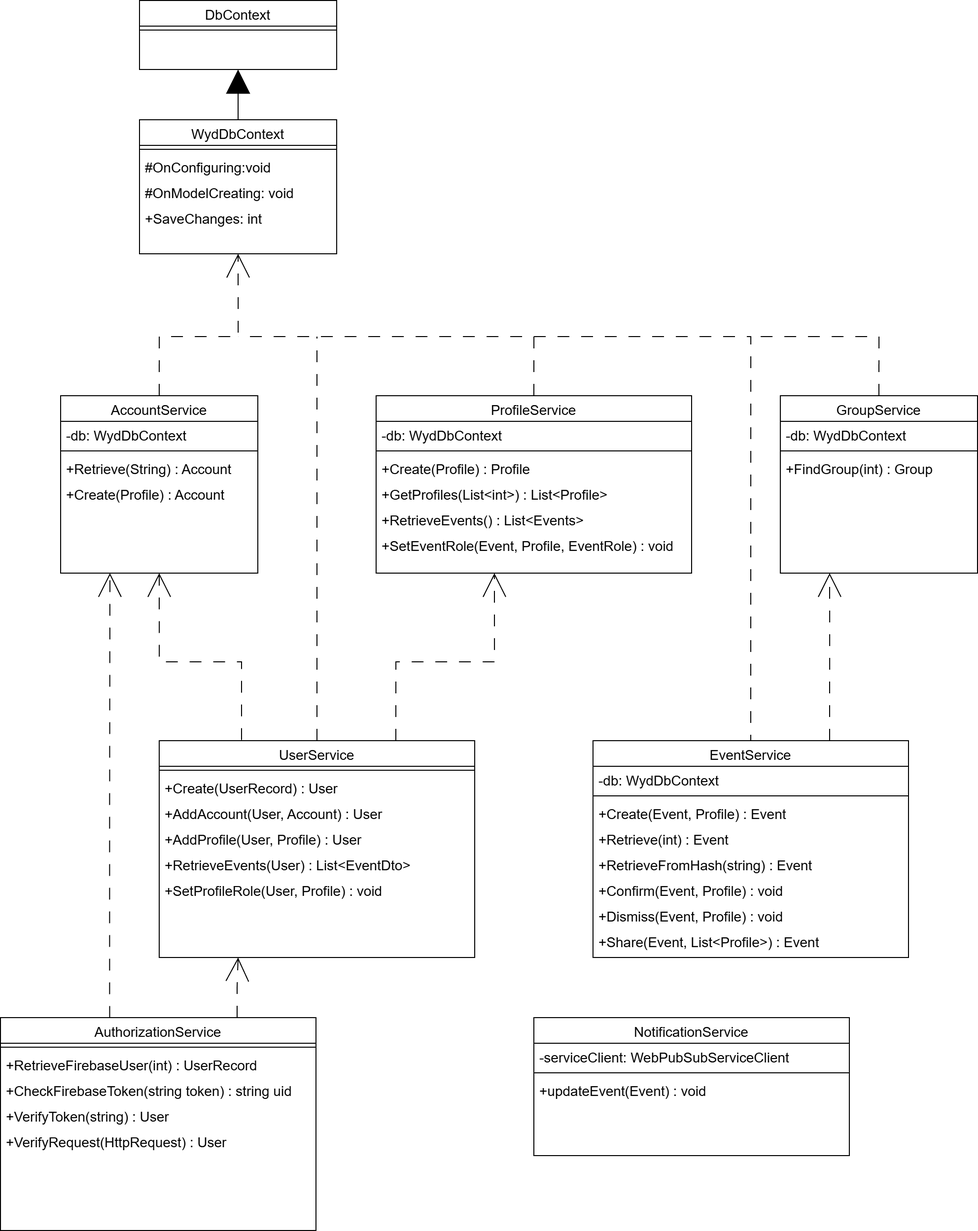
The draw.io diagram latex/immagini/ServiceClassDiagram.png in RedDuality/Tesi, before a commit. Source tidied: cells renumbered, new cells last; positions are measured from the earlier drawing's top-left corner, leaving out a move shared by most shapes.
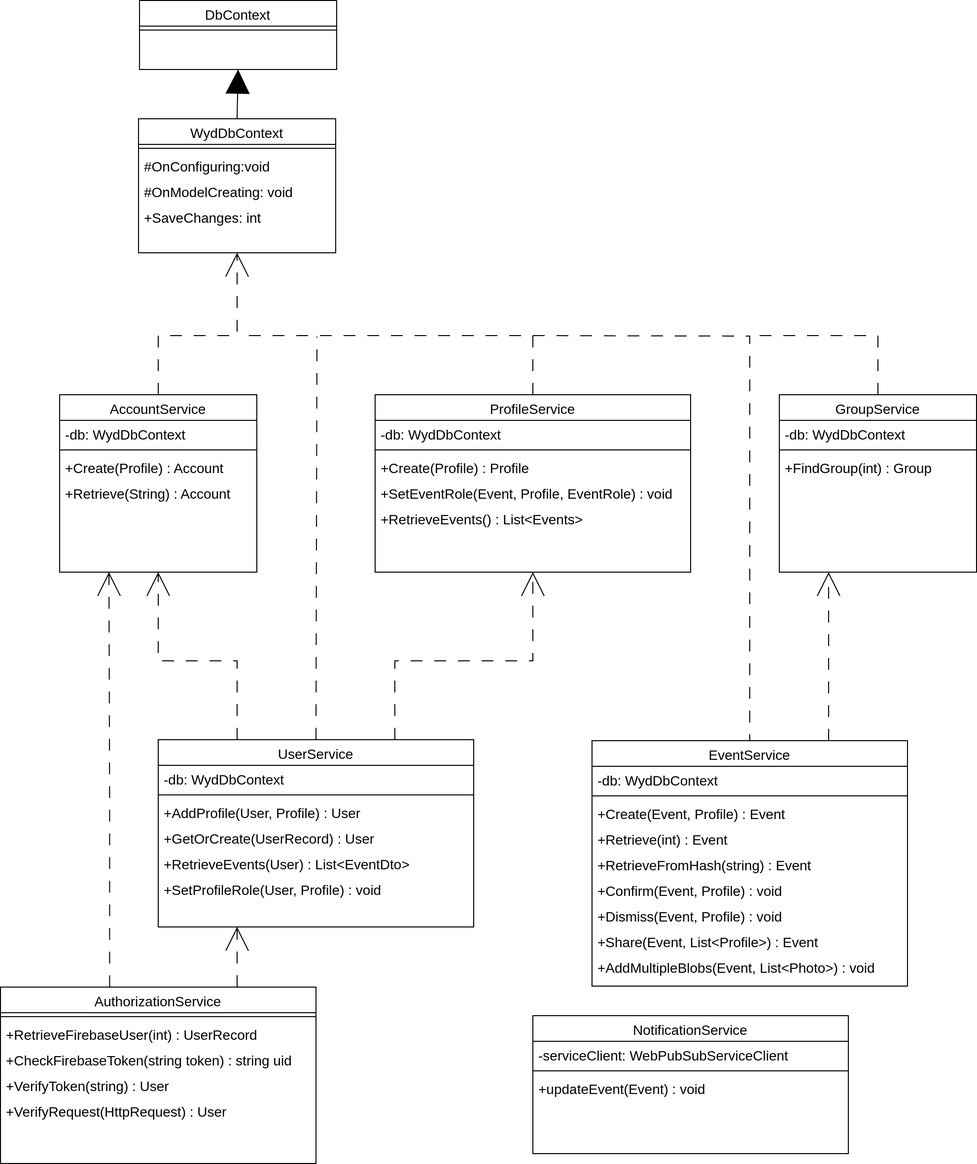
The same diagram one commit later.

What changed in the source:
```diff
@@ -3,20 +3,20 @@
     <mxCell id="0" />
     <mxCell id="1" parent="0" />
     <mxCell id="2" value="UserService" style="swimlane;fontStyle=0;align=center;verticalAlign=top;horizontal=1;startSize=26;rounded=0;shadow=0;strokeWidth=1;fontSize=14;" parent="1" vertex="1">
-      <mxGeometry x="161" y="751" width="320" height="220" as="geometry" />
+      <mxGeometry x="161" y="751" width="320" height="190" as="geometry" />
     </mxCell>
+    <mxCell id="62" value="-db: WydDbContext" style="text;align=left;verticalAlign=top;spacingLeft=4;spacingRight=4;overflow=hidden;rounded=0;shadow=0;html=0;fontSize=14;" parent="2" vertex="1">
+      <mxGeometry y="26" width="320" height="26" as="geometry" />
+    </mxCell>
     <mxCell id="3" style="line;html=1;strokeWidth=1;align=left;verticalAlign=middle;spacingTop=-1;spacingLeft=3;spacingRight=3;labelPosition=right;fontSize=14;" parent="2" vertex="1">
-      <mxGeometry y="26" width="320" height="8" as="geometry" />
+      <mxGeometry y="52" width="320" height="8" as="geometry" />
     </mxCell>
+    <mxCell id="6" value="+AddProfile(User, Profile) : User" style="text;align=left;verticalAlign=top;spacingLeft=4;spacingRight=4;overflow=hidden;rounded=0;shadow=0;html=0;fontSize=14;" parent="2" vertex="1">
+      <mxGeometry y="60" width="320" height="26" as="geometry" />
+    </mxCell>
-    <mxCell id="4" value="+Create(UserRecord) : User" style="text;align=left;verticalAlign=top;spacingLeft=4;spacingRight=4;overflow=hidden;rounded=0;shadow=0;html=0;fontSize=14;" parent="2" vertex="1">
-      <mxGeometry y="34" width="320" height="26" as="geometry" />
+    <mxCell id="4" value="+GetOrCreate(UserRecord) : User" style="text;align=left;verticalAlign=top;spacingLeft=4;spacingRight=4;overflow=hidden;rounded=0;shadow=0;html=0;fontSize=14;" parent="2" vertex="1">
+      <mxGeometry y="86" width="320" height="26" as="geometry" />
     </mxCell>
-    <mxCell id="5" value="+AddAccount(User, Account) : User" style="text;align=left;verticalAlign=top;spacingLeft=4;spacingRight=4;overflow=hidden;rounded=0;shadow=0;html=0;fontSize=14;" parent="2" vertex="1">
-      <mxGeometry y="60" width="320" height="26" as="geometry" />
-    </mxCell>
-    <mxCell id="6" value="+AddProfile(User, Profile) : User" style="text;align=left;verticalAlign=top;spacingLeft=4;spacingRight=4;overflow=hidden;rounded=0;shadow=0;html=0;fontSize=14;" parent="2" vertex="1">
-      <mxGeometry y="86" width="320" height="26" as="geometry" />
-    </mxCell>
     <mxCell id="7" value="+RetrieveEvents(User) : List&lt;EventDto&gt;" style="text;align=left;verticalAlign=top;spacingLeft=4;spacingRight=4;overflow=hidden;rounded=0;shadow=0;html=0;fontSize=14;" parent="2" vertex="1">
       <mxGeometry y="112" width="320" height="26" as="geometry" />
     </mxCell>
@@ -24,7 +24,7 @@
       <mxGeometry y="138" width="320" height="26" as="geometry" />
     </mxCell>
     <mxCell id="9" value="AuthorizationService" style="swimlane;fontStyle=0;align=center;verticalAlign=top;horizontal=1;startSize=26;rounded=0;shadow=0;strokeWidth=1;fontSize=14;" parent="1" vertex="1">
-      <mxGeometry y="1032" width="320" height="216" as="geometry" />
+      <mxGeometry x="1" y="1002" width="320" height="179" as="geometry" />
     </mxCell>
     <mxCell id="10" style="line;html=1;strokeWidth=1;align=left;verticalAlign=middle;spacingTop=-1;spacingLeft=3;spacingRight=3;labelPosition=right;fontSize=14;" parent="9" vertex="1">
       <mxGeometry y="26" width="320" height="8" as="geometry" />
@@ -53,15 +53,12 @@
     <mxCell id="18" value="+Create(Profile) : Profile" style="text;align=left;verticalAlign=top;spacingLeft=4;spacingRight=4;overflow=hidden;rounded=0;shadow=0;html=0;fontSize=14;" parent="15" vertex="1">
       <mxGeometry y="60" width="320" height="26" as="geometry" />
     </mxCell>
-    <mxCell id="19" value="+GetProfiles(List&lt;int&gt;) : List&lt;Profile&gt;" style="text;align=left;verticalAlign=top;spacingLeft=4;spacingRight=4;overflow=hidden;rounded=0;shadow=0;html=0;fontSize=14;" parent="15" vertex="1">
-      <mxGeometry y="86" width="320" height="26" as="geometry" />
-    </mxCell>
+    <mxCell id="21" value="+SetEventRole(Event, Profile, EventRole) : void" style="text;align=left;verticalAlign=top;spacingLeft=4;spacingRight=4;overflow=hidden;rounded=0;shadow=0;html=0;fontSize=14;" parent="15" vertex="1">
+      <mxGeometry y="86" width="320" height="26" as="geometry" />
+    </mxCell>
     <mxCell id="20" value="+RetrieveEvents() : List&lt;Events&gt;" style="text;align=left;verticalAlign=top;spacingLeft=4;spacingRight=4;overflow=hidden;rounded=0;shadow=0;html=0;fontSize=14;" parent="15" vertex="1">
       <mxGeometry y="112" width="320" height="26" as="geometry" />
     </mxCell>
-    <mxCell id="21" value="+SetEventRole(Event, Profile, EventRole) : void" style="text;align=left;verticalAlign=top;spacingLeft=4;spacingRight=4;overflow=hidden;rounded=0;shadow=0;html=0;fontSize=14;" parent="15" vertex="1">
-      <mxGeometry y="138" width="320" height="26" as="geometry" />
-    </mxCell>
     <mxCell id="22" value="AccountService" style="swimlane;fontStyle=0;align=center;verticalAlign=top;horizontal=1;startSize=26;rounded=0;shadow=0;strokeWidth=1;fontSize=14;" parent="1" vertex="1">
       <mxGeometry x="61" y="401" width="200" height="180" as="geometry" />
     </mxCell>
@@ -71,12 +68,12 @@
     <mxCell id="24" style="line;html=1;strokeWidth=1;align=left;verticalAlign=middle;spacingTop=-1;spacingLeft=3;spacingRight=3;labelPosition=right;fontSize=14;" parent="22" vertex="1">
       <mxGeometry y="52" width="200" height="8" as="geometry" />
     </mxCell>
+    <mxCell id="26" value="+Create(Profile) : Account" style="text;align=left;verticalAlign=top;spacingLeft=4;spacingRight=4;overflow=hidden;rounded=0;shadow=0;html=0;fontSize=14;" parent="22" vertex="1">
+      <mxGeometry y="60" width="200" height="26" as="geometry" />
+    </mxCell>
     <mxCell id="25" value="+Retrieve(String) : Account" style="text;align=left;verticalAlign=top;spacingLeft=4;spacingRight=4;overflow=hidden;rounded=0;shadow=0;html=0;fontSize=14;" parent="22" vertex="1">
-      <mxGeometry y="60" width="200" height="26" as="geometry" />
+      <mxGeometry y="86" width="200" height="26" as="geometry" />
     </mxCell>
-    <mxCell id="26" value="+Create(Profile) : Account" style="text;align=left;verticalAlign=top;spacingLeft=4;spacingRight=4;overflow=hidden;rounded=0;shadow=0;html=0;fontSize=14;" parent="22" vertex="1">
-      <mxGeometry y="86" width="200" height="26" as="geometry" />
-    </mxCell>
     <mxCell id="27" value="WydDbContext" style="swimlane;fontStyle=0;align=center;verticalAlign=top;horizontal=1;startSize=26;rounded=0;shadow=0;strokeWidth=1;fontSize=14;" parent="1" vertex="1">
       <mxGeometry x="141" y="121" width="200" height="136" as="geometry" />
     </mxCell>
@@ -93,7 +90,7 @@
       <mxGeometry y="86" width="200" height="26" as="geometry" />
     </mxCell>
     <mxCell id="32" value="DbContext" style="swimlane;fontStyle=0;align=center;verticalAlign=top;horizontal=1;startSize=26;rounded=0;shadow=0;strokeWidth=1;fontSize=14;" parent="1" vertex="1">
-      <mxGeometry x="141" width="200" height="70" as="geometry" />
+      <mxGeometry x="142" y="1" width="200" height="70" as="geometry" />
     </mxCell>
     <mxCell id="33" style="line;html=1;strokeWidth=1;align=left;verticalAlign=middle;spacingTop=-1;spacingLeft=3;spacingRight=3;labelPosition=right;fontSize=14;" parent="32" vertex="1">
       <mxGeometry y="26" width="200" height="8" as="geometry" />
@@ -118,7 +115,7 @@
       </mxGeometry>
     </mxCell>
     <mxCell id="37" value="EventService" style="swimlane;fontStyle=0;align=center;verticalAlign=top;horizontal=1;startSize=26;rounded=0;shadow=0;strokeWidth=1;fontSize=14;" parent="1" vertex="1">
-      <mxGeometry x="601" y="751" width="320" height="220" as="geometry" />
+      <mxGeometry x="601" y="752" width="320" height="249" as="geometry" />
     </mxCell>
     <mxCell id="38" value="-db: WydDbContext" style="text;align=left;verticalAlign=top;spacingLeft=4;spacingRight=4;overflow=hidden;rounded=0;shadow=0;html=0;fontSize=14;" parent="37" vertex="1">
       <mxGeometry y="26" width="320" height="26" as="geometry" />
@@ -144,33 +141,32 @@
     <mxCell id="45" value="+Share(Event, List&lt;Profile&gt;) : Event" style="text;align=left;verticalAlign=top;spacingLeft=4;spacingRight=4;overflow=hidden;rounded=0;shadow=0;html=0;fontSize=14;" parent="37" vertex="1">
       <mxGeometry y="190" width="320" height="26" as="geometry" />
     </mxCell>
+    <mxCell id="63" value="+AddMultipleBlobs(Event, List&lt;Photo&gt;) : void" style="text;align=left;verticalAlign=top;spacingLeft=4;spacingRight=4;overflow=hidden;rounded=0;shadow=0;html=0;fontSize=14;" parent="37" vertex="1">
+      <mxGeometry y="216" width="320" height="26" as="geometry" />
+    </mxCell>
     <mxCell id="46" style="endArrow=none;html=1;rounded=0;entryX=0.5;entryY=0;entryDx=0;entryDy=0;edgeStyle=orthogonalEdgeStyle;dashed=1;dashPattern=12 12;fontSize=14;" parent="1" edge="1" target="37">
       <mxGeometry relative="1" as="geometry">
         <mxPoint x="541" y="341" as="sourcePoint" />
-        <Array as="points">
-          <mxPoint x="761" y="341" />
-        </Array>
       </mxGeometry>
     </mxCell>
     <mxCell id="47" style="endArrow=none;html=1;rounded=0;exitX=0.5;exitY=0;exitDx=0;exitDy=0;dashed=1;dashPattern=12 12;fontSize=14;" parent="1" edge="1" source="2">
       <mxGeometry relative="1" as="geometry">
-        <mxPoint x="321" y="341" as="targetPoint" />
+        <mxPoint x="322" y="342" as="targetPoint" />
       </mxGeometry>
     </mxCell>
-    <mxCell id="48" style="endArrow=open;html=1;rounded=0;exitX=0.261;exitY=-0.003;exitDx=0;exitDy=0;entryX=0.5;entryY=1;entryDx=0;entryDy=0;dashed=1;dashPattern=12 12;endFill=0;endSize=22;edgeStyle=orthogonalEdgeStyle;exitPerimeter=0;fontSize=14;" parent="1" edge="1" source="2" target="22">
+    <mxCell id="48" style="endArrow=open;html=1;rounded=0;exitX=0.25;exitY=0;exitDx=0;exitDy=0;entryX=0.5;entryY=1;entryDx=0;entryDy=0;dashed=1;dashPattern=12 12;endFill=0;endSize=22;edgeStyle=orthogonalEdgeStyle;fontSize=14;" parent="1" edge="1" source="2" target="22">
       <mxGeometry relative="1" as="geometry">
         <Array as="points">
-          <mxPoint x="245" y="671" />
+          <mxPoint x="241" y="671" />
           <mxPoint x="161" y="671" />
         </Array>
       </mxGeometry>
     </mxCell>
-    <mxCell id="49" style="endArrow=open;html=1;rounded=0;exitX=0.75;exitY=0;exitDx=0;exitDy=0;dashed=1;dashPattern=12 12;endFill=0;endSize=22;edgeStyle=orthogonalEdgeStyle;fontSize=14;" parent="1" edge="1" source="2">
+    <mxCell id="49" style="endArrow=open;html=1;rounded=0;exitX=0.75;exitY=0;exitDx=0;exitDy=0;dashed=1;dashPattern=12 12;endFill=0;endSize=22;edgeStyle=orthogonalEdgeStyle;fontSize=14;entryX=0.5;entryY=1;entryDx=0;entryDy=0;" parent="1" edge="1" source="2" target="15">
       <mxGeometry relative="1" as="geometry">
-        <mxPoint x="501" y="581" as="targetPoint" />
         <Array as="points">
           <mxPoint x="401" y="671" />
-          <mxPoint x="501" y="671" />
+          <mxPoint x="541" y="671" />
         </Array>
       </mxGeometry>
     </mxCell>
@@ -178,7 +174,12 @@
       <mxGeometry relative="1" as="geometry" />
     </mxCell>
     <mxCell id="51" style="endArrow=open;html=1;rounded=0;exitX=0.346;exitY=0.001;exitDx=0;exitDy=0;entryX=0.25;entryY=1;entryDx=0;entryDy=0;dashed=1;dashPattern=12 12;endFill=0;endSize=22;edgeStyle=orthogonalEdgeStyle;exitPerimeter=0;fontSize=14;" parent="1" edge="1" source="9" target="22">
-      <mxGeometry relative="1" as="geometry" />
+      <mxGeometry relative="1" as="geometry">
+        <Array as="points">
+          <mxPoint x="112" y="806" />
+          <mxPoint x="111" y="806" />
+        </Array>
+      </mxGeometry>
     </mxCell>
     <mxCell id="52" value="GroupService" style="swimlane;fontStyle=0;align=center;verticalAlign=top;horizontal=1;startSize=26;rounded=0;shadow=0;strokeWidth=1;fontSize=14;" parent="1" vertex="1">
       <mxGeometry x="791" y="401" width="200" height="180" as="geometry" />
@@ -194,7 +195,7 @@
     </mxCell>
     <mxCell id="56" style="endArrow=none;html=1;rounded=0;exitX=0.5;exitY=0;exitDx=0;exitDy=0;dashed=1;dashPattern=12 12;endFill=0;endSize=22;edgeStyle=orthogonalEdgeStyle;startFill=0;fontSize=14;" parent="1" edge="1" source="52">
       <mxGeometry relative="1" as="geometry">
-        <mxPoint x="761" y="341" as="targetPoint" />
+        <mxPoint x="762" y="341" as="targetPoint" />
         <Array as="points">
           <mxPoint x="891" y="341" />
         </Array>
@@ -203,12 +204,13 @@
     <mxCell id="57" style="endArrow=open;html=1;rounded=0;exitX=0.75;exitY=0;exitDx=0;exitDy=0;dashed=1;dashPattern=12 12;endFill=0;endSize=22;edgeStyle=orthogonalEdgeStyle;startFill=0;entryX=0.25;entryY=1;entryDx=0;entryDy=0;fontSize=14;" parent="1" edge="1" source="37" target="52">
       <mxGeometry relative="1" as="geometry">
         <Array as="points">
-          <mxPoint x="841" y="631" />
+          <mxPoint x="841" y="611" />
+          <mxPoint x="841" y="611" />
         </Array>
       </mxGeometry>
     </mxCell>
     <mxCell id="58" value="NotificationService" style="swimlane;fontStyle=0;align=center;verticalAlign=top;horizontal=1;startSize=26;rounded=0;shadow=0;strokeWidth=1;fontSize=14;" parent="1" vertex="1">
-      <mxGeometry x="541" y="1032" width="320" height="140" as="geometry" />
+      <mxGeometry x="541" y="1031" width="320" height="140" as="geometry" />
     </mxCell>
     <mxCell id="59" value="-serviceClient: WebPubSubServiceClient" style="text;align=left;verticalAlign=top;spacingLeft=4;spacingRight=4;overflow=hidden;rounded=0;shadow=0;html=0;fontSize=14;" parent="58" vertex="1">
       <mxGeometry y="26" width="320" height="26" as="geometry" />
```
